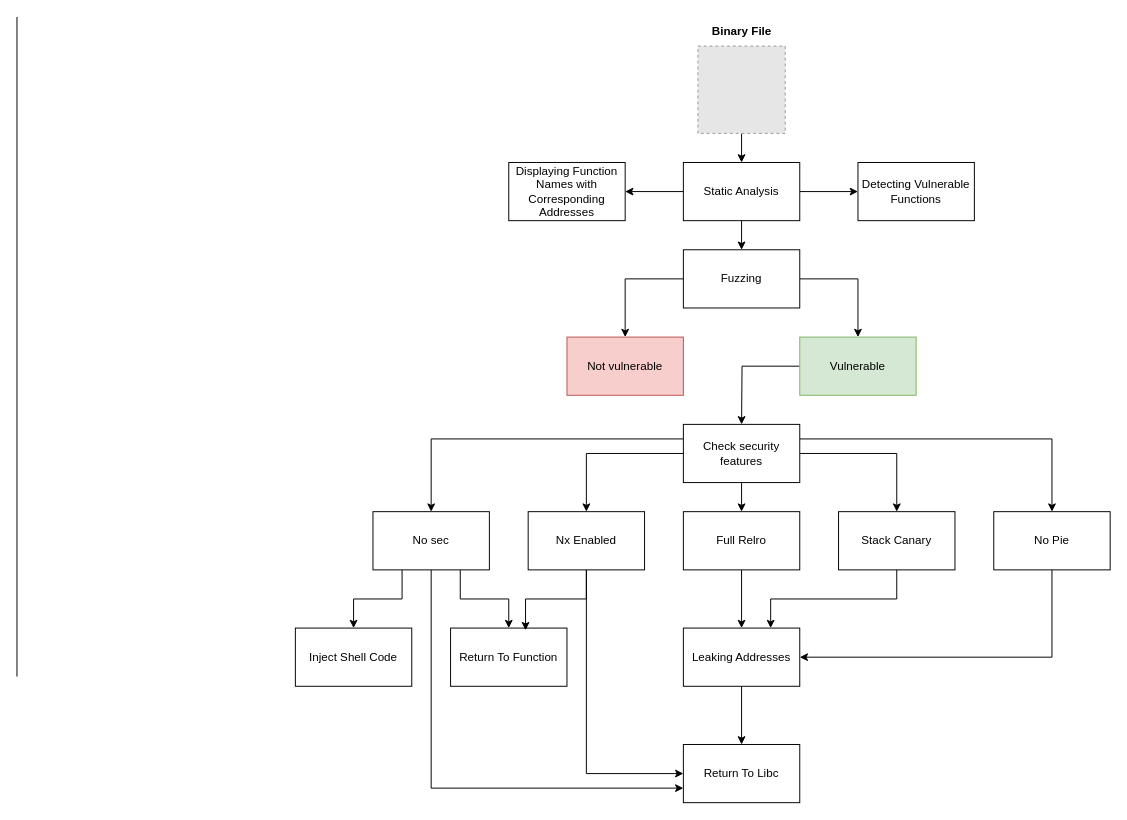
This is Untitled Diagram.drawio from jamai12/security, a draw.io file, before an edit. Source tidied: cells renumbered, new cells numbered last; positions are measured from the earlier drawing's top-left corner, leaving out a move shared by most shapes. Both pictures are drawn from the tidied source at 97%, with x=0, y=0 at pixel (16, 16). Pictures stored in the file or linked from it are replaced by grey dashed boxes.
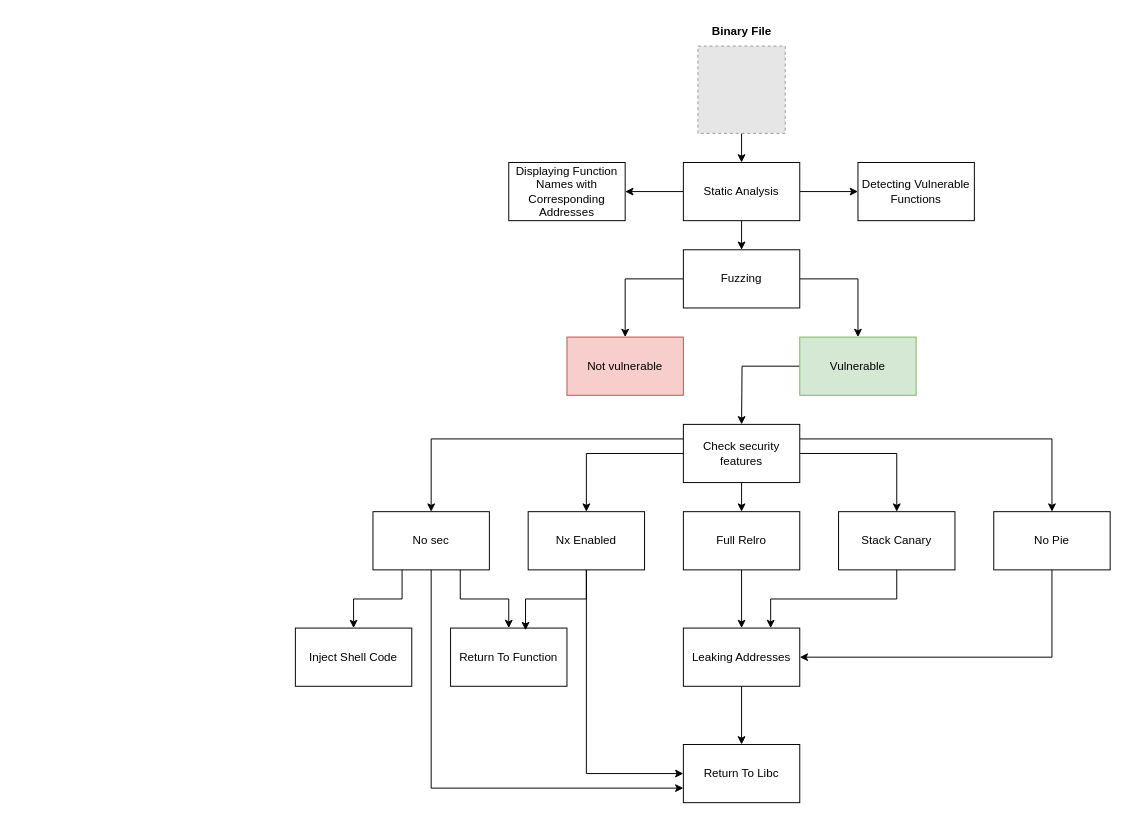
Above is the later version.

The edit, as a diff of the source:
```diff
@@
-    <mxCell id="41" style="endArrow=none;html=1;rounded=0;" parent="1" edge="1">
-      <mxGeometry relative="1" as="geometry">
-        <mxPoint y="680" as="sourcePoint" />
-        <mxPoint as="targetPoint" />
-      </mxGeometry>
-    </mxCell>
```
